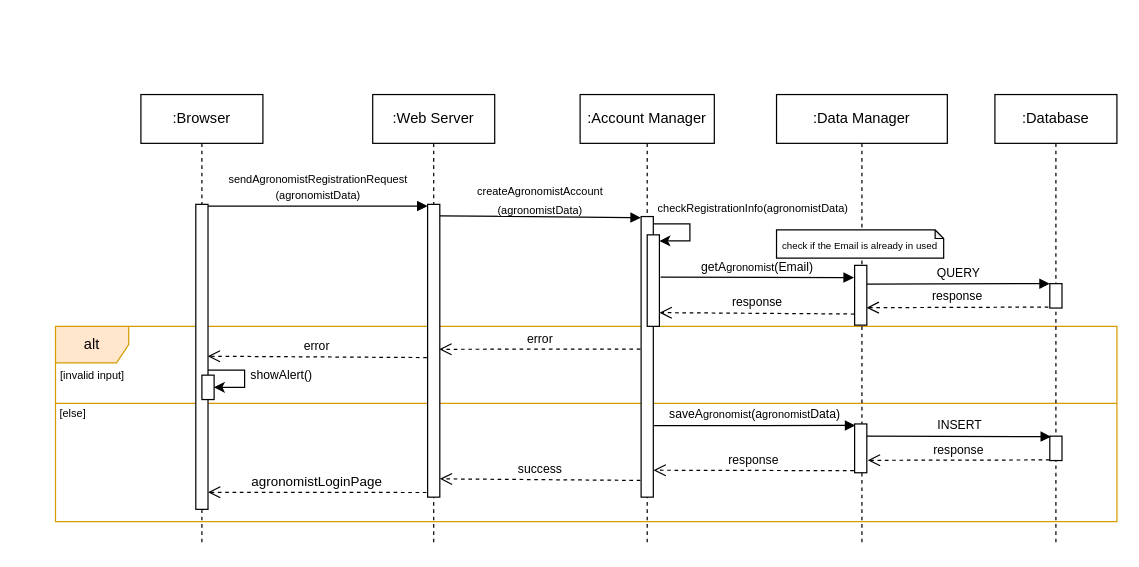
This is page "A-registration" (9 of 18) of DD/UML/Runtime.drawio from ictar/DREAM-SE2-Project-2022, a draw.io file, before an edit. Source tidied: cells renumbered, new cells numbered last; positions are measured from the earlier drawing's top-left corner, leaving out a move shared by most shapes. Both pictures are drawn from the tidied source at 122%, with x=0, y=0 at pixel (21, 94).
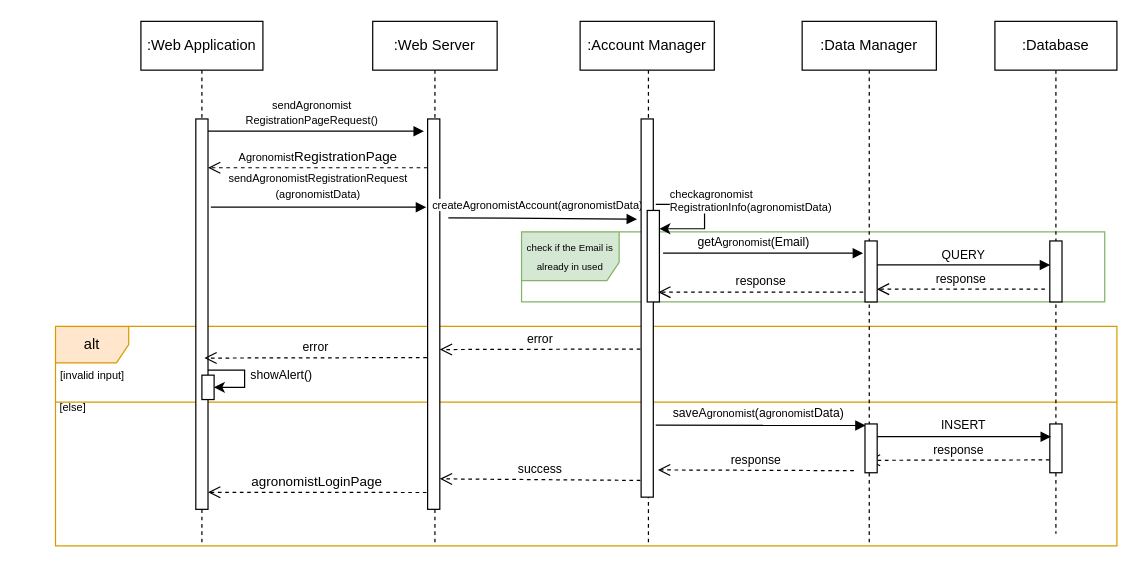
Above is the later version.

What changed in the source:
```diff
@@
+    <mxCell id="39" value="&lt;span style=&quot;font-size: 8px&quot;&gt;check if the Email is already in used&lt;/span&gt;" style="shape=umlFrame;whiteSpace=wrap;html=1;width=80;height=40;fillColor=#d5e8d4;strokeColor=#82b366;" parent="1" vertex="1">
+      <mxGeometry x="410" y="112.5" width="478" height="57.5" as="geometry" />
+    </mxCell>
     <mxCell id="2" value="alt" style="shape=umlFrame;whiteSpace=wrap;html=1;fillColor=#ffe6cc;strokeColor=#d79b00;" parent="1" vertex="1">
-      <mxGeometry x="28" y="190" width="870" height="160" as="geometry" />
+      <mxGeometry x="28" y="190" width="870" height="180" as="geometry" />
     </mxCell>
-    <mxCell id="3" style="endArrow=none;html=1;rounded=0;fontSize=9;exitX=0;exitY=0.345;exitDx=0;exitDy=0;exitPerimeter=0;entryX=1;entryY=0.345;entryDx=0;entryDy=0;entryPerimeter=0;fillColor=#ffe6cc;strokeColor=#d79b00;" parent="1" edge="1">
-      <mxGeometry relative="1" as="geometry">
-        <mxPoint x="28" y="253.2" as="sourcePoint" />
-        <mxPoint x="898" y="253.2" as="targetPoint" />
-      </mxGeometry>
-    </mxCell>
-    <mxCell id="4" value=":Browser" style="shape=umlLifeline;perimeter=lifelinePerimeter;whiteSpace=wrap;html=1;" parent="1" vertex="1">
-      <mxGeometry x="98" width="100" height="370" as="geometry" />
-    </mxCell>
+    <mxCell id="40" style="endArrow=none;html=1;rounded=0;fontSize=9;exitX=0;exitY=0.345;exitDx=0;exitDy=0;exitPerimeter=0;entryX=1;entryY=0.345;entryDx=0;entryDy=0;entryPerimeter=0;fillColor=#ffe6cc;strokeColor=#d79b00;" parent="1" edge="1" source="2" target="2">
+      <mxGeometry relative="1" as="geometry" />
+    </mxCell>
+    <mxCell id="41" value=":Web Application" style="shape=umlLifeline;perimeter=lifelinePerimeter;whiteSpace=wrap;html=1;" parent="1" vertex="1">
+      <mxGeometry x="98" y="-60" width="100" height="430" as="geometry" />
+    </mxCell>
     <mxCell id="5" value=":Web Server" style="shape=umlLifeline;perimeter=lifelinePerimeter;whiteSpace=wrap;html=1;" parent="1" vertex="1">
-      <mxGeometry x="288" width="100" height="370" as="geometry" />
+      <mxGeometry x="288" y="-60" width="102" height="430" as="geometry" />
     </mxCell>
-    <mxCell id="6" style="html=1;points=[];perimeter=orthogonalPerimeter;" parent="5" vertex="1">
-      <mxGeometry x="45" y="90" width="10" height="240" as="geometry" />
-    </mxCell>
+    <mxCell id="42" style="html=1;points=[];perimeter=orthogonalPerimeter;" parent="5" vertex="1">
+      <mxGeometry x="45" y="80" width="10" height="320" as="geometry" />
+    </mxCell>
+    <mxCell id="43" value="&lt;font style=&quot;font-size: 9px ; background-color: rgb(255 , 255 , 255)&quot;&gt;createAgronomistAccount(agronomist&lt;/font&gt;&lt;span lang=&quot;EN-US&quot; style=&quot;font-size: 9px ; background-color: rgb(255 , 255 , 255) ; line-height: 9.63px&quot;&gt;Data&lt;/span&gt;&lt;font style=&quot;font-size: 9px ; background-color: rgb(255 , 255 , 255)&quot;&gt;)&lt;/font&gt;" style="text;html=1;strokeColor=none;fillColor=none;align=center;verticalAlign=middle;whiteSpace=wrap;rounded=0;" parent="5" vertex="1">
+      <mxGeometry x="62" y="140" width="146.5" height="20" as="geometry" />
+    </mxCell>
-    <mxCell id="7" value="&lt;font style=&quot;font-size: 9px&quot;&gt;sendAgronomistRegistrationRequest&lt;br&gt;(agronomistData)&lt;/font&gt;" style="html=1;verticalAlign=bottom;endArrow=block;rounded=0;entryX=-0.005;entryY=0.006;entryDx=0;entryDy=0;entryPerimeter=0;" parent="1" edge="1" source="9" target="6">
-      <mxGeometry relative="1" as="geometry" />
+    <mxCell id="7" value="&lt;font style=&quot;font-size: 9px&quot;&gt;sendAgronomistRegistrationRequest&lt;br&gt;(agronomistData)&lt;/font&gt;" style="html=1;verticalAlign=bottom;endArrow=block;rounded=0;entryX=-0.113;entryY=0.226;entryDx=0;entryDy=0;entryPerimeter=0;exitX=1.233;exitY=0.226;exitDx=0;exitDy=0;exitPerimeter=0;" parent="1" edge="1" source="44" target="42">
+      <mxGeometry y="2" relative="1" as="geometry" />
     </mxCell>
@@
-    <mxCell id="9" style="html=1;points=[];perimeter=orthogonalPerimeter;" parent="1" vertex="1">
-      <mxGeometry x="143" y="90" width="10" height="250" as="geometry" />
-    </mxCell>
+    <mxCell id="44" style="html=1;points=[];perimeter=orthogonalPerimeter;" parent="1" vertex="1">
+      <mxGeometry x="143" y="20" width="10" height="320" as="geometry" />
+    </mxCell>
@@
-    <mxCell id="11" value=":Account Manager" style="shape=umlLifeline;perimeter=lifelinePerimeter;whiteSpace=wrap;html=1;" parent="1" vertex="1">
-      <mxGeometry x="458" width="110" height="370" as="geometry" />
-    </mxCell>
-    <mxCell id="12" style="html=1;points=[];perimeter=orthogonalPerimeter;" parent="11" vertex="1">
-      <mxGeometry x="50" y="100" width="10" height="230" as="geometry" />
-    </mxCell>
+    <mxCell id="45" style="shape=umlLifeline;perimeter=lifelinePerimeter;whiteSpace=wrap;html=1;size=0;" parent="1" vertex="1">
+      <mxGeometry x="458" y="-20" width="112" height="390" as="geometry" />
+    </mxCell>
+    <mxCell id="46" style="html=1;points=[];perimeter=orthogonalPerimeter;" parent="45" vertex="1">
+      <mxGeometry x="50" y="40" width="10" height="310" as="geometry" />
+    </mxCell>
-    <mxCell id="13" style="html=1;points=[];perimeter=orthogonalPerimeter;" parent="11" vertex="1">
+    <mxCell id="13" style="html=1;points=[];perimeter=orthogonalPerimeter;" parent="45" vertex="1">
       <mxGeometry x="55" y="115" width="10" height="75" as="geometry" />
     </mxCell>
-    <mxCell id="14" style="endArrow=classic;html=1;rounded=0;fontSize=9;edgeStyle=orthogonalEdgeStyle;endFill=1;" parent="11" edge="1" source="12">
-      <mxGeometry relative="1" as="geometry">
-        <mxPoint x="65" y="120" as="targetPoint" />
-        <Array as="points">
-          <mxPoint x="90" y="106" />
-          <mxPoint x="90" y="120" />
-          <mxPoint x="65" y="120" />
-        </Array>
-      </mxGeometry>
-    </mxCell>
+    <mxCell id="47" style="endArrow=classic;html=1;rounded=0;fontSize=9;edgeStyle=orthogonalEdgeStyle;endFill=1;" parent="45" edge="1">
+      <mxGeometry relative="1" as="geometry">
+        <mxPoint x="62" y="110" as="sourcePoint" />
+        <mxPoint x="65" y="130" as="targetPoint" />
+        <Array as="points">
+          <mxPoint x="102" y="110" />
+          <mxPoint x="102" y="130" />
+          <mxPoint x="65" y="130" />
+        </Array>
+      </mxGeometry>
+    </mxCell>
     <mxCell id="15" value=":Data Manager" style="shape=umlLifeline;perimeter=lifelinePerimeter;whiteSpace=wrap;html=1;" parent="1" vertex="1">
-      <mxGeometry x="619" width="140" height="370" as="geometry" />
+      <mxGeometry x="640" y="-60" width="110" height="430" as="geometry" />
     </mxCell>
     <mxCell id="16" value=":Database" style="shape=umlLifeline;perimeter=lifelinePerimeter;whiteSpace=wrap;html=1;" parent="1" vertex="1">
-      <mxGeometry x="798" width="100" height="370" as="geometry" />
+      <mxGeometry x="798" y="-60" width="100" height="420" as="geometry" />
     </mxCell>
-    <mxCell id="17" style="html=1;perimeter=orthogonalPerimeter;" parent="16" vertex="1">
-      <mxGeometry x="45" y="155" width="10" height="20" as="geometry" />
-    </mxCell>
-    <mxCell id="18" style="html=1;perimeter=orthogonalPerimeter;" parent="16" vertex="1">
-      <mxGeometry x="45" y="280" width="10" height="20" as="geometry" />
-    </mxCell>
-    <mxCell id="19" value="&lt;font size=&quot;1&quot;&gt;QUERY&lt;/font&gt;" style="html=1;verticalAlign=bottom;endArrow=block;rounded=0;entryX=-0.107;entryY=0.51;entryDx=0;entryDy=0;entryPerimeter=0;exitX=0.903;exitY=0.393;exitDx=0;exitDy=0;exitPerimeter=0;" parent="16" edge="1">
-      <mxGeometry relative="1" as="geometry">
-        <mxPoint x="-106" y="155.3" as="sourcePoint" />
-        <mxPoint x="45" y="155" as="targetPoint" />
-      </mxGeometry>
-    </mxCell>
-    <mxCell id="20" style="html=1;verticalAlign=bottom;endArrow=block;rounded=0;entryX=-0.021;entryY=0.004;entryDx=0;entryDy=0;entryPerimeter=0;exitX=0.997;exitY=0.039;exitDx=0;exitDy=0;exitPerimeter=0;" parent="1" edge="1" source="6" target="12">
-      <mxGeometry x="-0.21" y="10" relative="1" as="geometry" />
-    </mxCell>
-    <mxCell id="21" value="&lt;span style=&quot;color: rgb(0 , 0 , 0) ; font-family: &amp;#34;helvetica&amp;#34; ; font-style: normal ; font-weight: 400 ; letter-spacing: normal ; text-align: center ; text-indent: 0px ; text-transform: none ; word-spacing: 0px ; background-color: rgb(255 , 255 , 255) ; display: inline ; float: none&quot;&gt;&lt;font style=&quot;font-size: 9px&quot;&gt;checkRegistrationInfo(&lt;span style=&quot;font-family: &amp;#34;helvetica&amp;#34;&quot;&gt;agronomist&lt;/span&gt;Data)&lt;/font&gt;&lt;/span&gt;" style="text;whiteSpace=wrap;html=1;fontSize=9;" parent="1" vertex="1">
-      <mxGeometry x="520" y="82" width="168" height="20" as="geometry" />
-    </mxCell>
-    <mxCell id="22" value="&lt;font style=&quot;font-size: 10px&quot;&gt;response&lt;/font&gt;" style="html=1;verticalAlign=bottom;endArrow=open;dashed=1;endSize=8;rounded=0;entryX=0.98;entryY=0.789;entryDx=0;entryDy=0;entryPerimeter=0;exitX=-0.021;exitY=1.06;exitDx=0;exitDy=0;exitPerimeter=0;" parent="1" edge="1">
-      <mxGeometry relative="1" as="geometry">
-        <mxPoint x="841.8" y="174.2" as="sourcePoint" />
-        <mxPoint x="692.8" y="174.7" as="targetPoint" />
-      </mxGeometry>
-    </mxCell>
-    <mxCell id="23" value="&lt;font style=&quot;font-size: 10px&quot;&gt;response&lt;/font&gt;" style="html=1;verticalAlign=bottom;endArrow=open;dashed=1;endSize=8;rounded=0;entryX=1.005;entryY=0.85;entryDx=0;entryDy=0;entryPerimeter=0;exitX=-0.018;exitY=0.814;exitDx=0;exitDy=0;exitPerimeter=0;" parent="1" edge="1" source="36" target="13">
-      <mxGeometry relative="1" as="geometry" />
-    </mxCell>
-    <mxCell id="24" value="&lt;font style=&quot;font-size: 10px&quot;&gt;error&lt;/font&gt;" style="html=1;verticalAlign=bottom;endArrow=open;dashed=1;endSize=8;rounded=0;exitX=-0.067;exitY=0.831;exitDx=0;exitDy=0;exitPerimeter=0;entryX=0.953;entryY=0.495;entryDx=0;entryDy=0;entryPerimeter=0;" parent="1" edge="1" target="6">
-      <mxGeometry relative="1" as="geometry">
-        <mxPoint x="507.4" y="208.6" as="sourcePoint" />
-      </mxGeometry>
-    </mxCell>
-    <mxCell id="25" value="&lt;font style=&quot;font-size: 10px&quot;&gt;error&lt;/font&gt;" style="html=1;verticalAlign=bottom;endArrow=open;dashed=1;endSize=8;rounded=0;exitX=-0.067;exitY=0.831;exitDx=0;exitDy=0;exitPerimeter=0;entryX=0.976;entryY=0.498;entryDx=0;entryDy=0;entryPerimeter=0;" parent="1" edge="1" target="9">
-      <mxGeometry relative="1" as="geometry">
-        <mxPoint x="332.4" y="215.6" as="sourcePoint" />
-      </mxGeometry>
-    </mxCell>
+    <mxCell id="48" style="html=1;points=[];perimeter=orthogonalPerimeter;" parent="16" vertex="1">
+      <mxGeometry x="45" y="180" width="10" height="50" as="geometry" />
+    </mxCell>
+    <mxCell id="49" style="html=1;perimeter=orthogonalPerimeter;" parent="16" vertex="1">
+      <mxGeometry x="45" y="330" width="10" height="40" as="geometry" />
+    </mxCell>
+    <mxCell id="50" style="html=1;verticalAlign=bottom;endArrow=block;rounded=0;entryX=-0.333;entryY=0.265;entryDx=0;entryDy=0;entryPerimeter=0;" parent="1" edge="1" target="46">
+      <mxGeometry x="-0.21" y="10" relative="1" as="geometry">
+        <mxPoint x="350" y="101" as="sourcePoint" />
+      </mxGeometry>
+    </mxCell>
+    <mxCell id="51" value="&lt;span style=&quot;color: rgb(0 , 0 , 0) ; font-family: &amp;#34;helvetica&amp;#34; ; font-style: normal ; font-weight: 400 ; letter-spacing: normal ; text-align: center ; text-indent: 0px ; text-transform: none ; word-spacing: 0px ; background-color: rgb(255 , 255 , 255) ; display: inline ; float: none&quot;&gt;&lt;font style=&quot;font-size: 9px&quot;&gt;checkagronomist&lt;br&gt;RegistrationInfo(&lt;span style=&quot;font-family: &amp;#34;helvetica&amp;#34;&quot;&gt;agronomist&lt;/span&gt;Data)&lt;/font&gt;&lt;/span&gt;" style="text;whiteSpace=wrap;html=1;fontSize=9;" parent="1" vertex="1">
+      <mxGeometry x="530" y="70" width="168" height="20" as="geometry" />
+    </mxCell>
+    <mxCell id="52" value="&lt;font style=&quot;font-size: 10px&quot;&gt;response&lt;/font&gt;" style="html=1;verticalAlign=bottom;endArrow=open;dashed=1;endSize=8;rounded=0;exitX=-0.4;exitY=0.79;exitDx=0;exitDy=0;exitPerimeter=0;entryX=0.972;entryY=0.79;entryDx=0;entryDy=0;entryPerimeter=0;" parent="1" edge="1" source="48" target="61">
+      <mxGeometry relative="1" as="geometry" />
+    </mxCell>
+    <mxCell id="53" value="&lt;font style=&quot;font-size: 10px&quot;&gt;response&lt;/font&gt;" style="html=1;verticalAlign=bottom;endArrow=open;dashed=1;endSize=8;rounded=0;entryX=0.9;entryY=0.893;entryDx=0;entryDy=0;entryPerimeter=0;" parent="1" edge="1" target="13">
+      <mxGeometry relative="1" as="geometry">
+        <mxPoint x="690" y="162" as="sourcePoint" />
+      </mxGeometry>
+    </mxCell>
+    <mxCell id="54" value="&lt;font style=&quot;font-size: 10px&quot;&gt;error&lt;/font&gt;" style="html=1;verticalAlign=bottom;endArrow=open;dashed=1;endSize=8;rounded=0;exitX=-0.067;exitY=0.831;exitDx=0;exitDy=0;exitPerimeter=0;" parent="1" edge="1" target="42">
+      <mxGeometry relative="1" as="geometry">
+        <mxPoint x="507.4" y="208.6" as="sourcePoint" />
+        <Array as="points">
+          <mxPoint x="350" y="209" />
+        </Array>
+      </mxGeometry>
+    </mxCell>
+    <mxCell id="55" value="&lt;font style=&quot;font-size: 10px&quot;&gt;error&lt;/font&gt;" style="html=1;verticalAlign=bottom;endArrow=open;dashed=1;endSize=8;rounded=0;exitX=-0.067;exitY=0.831;exitDx=0;exitDy=0;exitPerimeter=0;" parent="1" edge="1">
+      <mxGeometry relative="1" as="geometry">
+        <mxPoint x="332.4" y="215.6" as="sourcePoint" />
+        <mxPoint x="150" y="216" as="targetPoint" />
+      </mxGeometry>
+    </mxCell>
@@
-    <mxCell id="27" style="endArrow=classic;html=1;rounded=0;fontSize=9;entryX=0.978;entryY=0.131;entryDx=0;entryDy=0;entryPerimeter=0;edgeStyle=orthogonalEdgeStyle;endFill=1;" parent="1" edge="1">
-      <mxGeometry relative="1" as="geometry">
-        <mxPoint x="153" y="225.8" as="sourcePoint" />
-        <mxPoint x="157.8" y="240" as="targetPoint" />
-        <Array as="points">
-          <mxPoint x="183" y="225.8" />
-          <mxPoint x="183" y="239.8" />
-          <mxPoint x="158" y="239.8" />
-        </Array>
-      </mxGeometry>
-    </mxCell>
+    <mxCell id="56" style="endArrow=classic;html=1;rounded=0;fontSize=9;entryX=0.978;entryY=0.131;entryDx=0;entryDy=0;entryPerimeter=0;edgeStyle=orthogonalEdgeStyle;endFill=1;" parent="1" edge="1">
+      <mxGeometry relative="1" as="geometry">
+        <mxPoint x="153" y="225.8" as="sourcePoint" />
+        <mxPoint x="157.8" y="240" as="targetPoint" />
+        <Array as="points">
+          <mxPoint x="183" y="225.8" />
+          <mxPoint x="183" y="239.8" />
+          <mxPoint x="158" y="239.8" />
+        </Array>
+      </mxGeometry>
+    </mxCell>
@@
-    <mxCell id="29" value="&lt;font size=&quot;1&quot;&gt;save&lt;/font&gt;&lt;font size=&quot;1&quot;&gt;A&lt;/font&gt;&lt;span style=&quot;font-size: 9px&quot;&gt;gronomist&lt;/span&gt;&lt;font size=&quot;1&quot;&gt;(a&lt;/font&gt;&lt;span style=&quot;font-size: 9px&quot;&gt;gronomist&lt;/span&gt;&lt;font size=&quot;1&quot;&gt;Data)&lt;/font&gt;" style="html=1;verticalAlign=bottom;endArrow=block;rounded=0;entryX=0.061;entryY=0.031;entryDx=0;entryDy=0;entryPerimeter=0;exitX=1.064;exitY=0.745;exitDx=0;exitDy=0;exitPerimeter=0;" parent="1" edge="1" source="12" target="37">
-      <mxGeometry relative="1" as="geometry" />
+    <mxCell id="29" value="&lt;font size=&quot;1&quot;&gt;save&lt;/font&gt;&lt;font size=&quot;1&quot;&gt;A&lt;/font&gt;&lt;span style=&quot;font-size: 9px&quot;&gt;gronomist&lt;/span&gt;&lt;font size=&quot;1&quot;&gt;(a&lt;/font&gt;&lt;span style=&quot;font-size: 9px&quot;&gt;gronomist&lt;/span&gt;&lt;font size=&quot;1&quot;&gt;Data)&lt;/font&gt;" style="html=1;verticalAlign=bottom;endArrow=block;rounded=0;entryX=0.061;entryY=0.031;entryDx=0;entryDy=0;entryPerimeter=0;" parent="1" edge="1" target="62">
+      <mxGeometry x="-0.02" y="1" relative="1" as="geometry">
+        <mxPoint x="520" y="271" as="sourcePoint" />
+      </mxGeometry>
     </mxCell>
-    <mxCell id="30" value="&lt;font size=&quot;1&quot;&gt;INSERT&lt;/font&gt;" style="html=1;verticalAlign=bottom;endArrow=block;rounded=0;entryX=-0.107;entryY=0.51;entryDx=0;entryDy=0;entryPerimeter=0;exitX=0.903;exitY=0.393;exitDx=0;exitDy=0;exitPerimeter=0;" parent="1" edge="1">
+    <mxCell id="30" value="&lt;font size=&quot;1&quot;&gt;INSERT&lt;/font&gt;" style="html=1;verticalAlign=bottom;endArrow=block;rounded=0;entryX=-0.107;entryY=0.51;entryDx=0;entryDy=0;entryPerimeter=0;exitX=0.85;exitY=0.259;exitDx=0;exitDy=0;exitPerimeter=0;" parent="1" edge="1" source="62">
       <mxGeometry relative="1" as="geometry">
-        <mxPoint x="693" y="280" as="sourcePoint" />
         <mxPoint x="844" y="280.4" as="targetPoint" />
       </mxGeometry>
     </mxCell>
-    <mxCell id="31" value="&lt;font style=&quot;font-size: 10px&quot;&gt;response&lt;/font&gt;" style="html=1;verticalAlign=bottom;endArrow=open;dashed=1;endSize=8;rounded=0;entryX=0.98;entryY=0.789;entryDx=0;entryDy=0;entryPerimeter=0;exitX=-0.021;exitY=1.06;exitDx=0;exitDy=0;exitPerimeter=0;" parent="1" edge="1">
-      <mxGeometry relative="1" as="geometry">
-        <mxPoint x="842.8" y="299.5" as="sourcePoint" />
-        <mxPoint x="693.8" y="299.8" as="targetPoint" />
-      </mxGeometry>
-    </mxCell>
-    <mxCell id="32" value="&lt;font style=&quot;font-size: 10px&quot;&gt;response&lt;/font&gt;" style="html=1;verticalAlign=bottom;endArrow=open;dashed=1;endSize=8;rounded=0;exitX=-0.067;exitY=0.831;exitDx=0;exitDy=0;exitPerimeter=0;entryX=1.014;entryY=0.904;entryDx=0;entryDy=0;entryPerimeter=0;" parent="1" edge="1" target="12">
-      <mxGeometry relative="1" as="geometry">
-        <mxPoint x="682.4" y="308.3" as="sourcePoint" />
-      </mxGeometry>
-    </mxCell>
+    <mxCell id="57" value="&lt;font style=&quot;font-size: 10px&quot;&gt;response&lt;/font&gt;" style="html=1;verticalAlign=bottom;endArrow=open;dashed=1;endSize=8;rounded=0;entryX=0.98;entryY=0.789;entryDx=0;entryDy=0;entryPerimeter=0;exitX=-0.021;exitY=1.06;exitDx=0;exitDy=0;exitPerimeter=0;" parent="1" edge="1">
+      <mxGeometry relative="1" as="geometry">
+        <mxPoint x="842.8" y="299.5" as="sourcePoint" />
+        <mxPoint x="693.8" y="299.8" as="targetPoint" />
+      </mxGeometry>
+    </mxCell>
+    <mxCell id="58" value="&lt;font style=&quot;font-size: 10px&quot;&gt;response&lt;/font&gt;" style="html=1;verticalAlign=bottom;endArrow=open;dashed=1;endSize=8;rounded=0;exitX=-0.067;exitY=0.831;exitDx=0;exitDy=0;exitPerimeter=0;entryX=1.378;entryY=0.928;entryDx=0;entryDy=0;entryPerimeter=0;" parent="1" edge="1" target="46">
+      <mxGeometry relative="1" as="geometry">
+        <mxPoint x="682.4" y="308.3" as="sourcePoint" />
+      </mxGeometry>
+    </mxCell>
@@
     <mxCell id="34" value="&lt;font style=&quot;font-size: 9px&quot;&gt;[else]&lt;/font&gt;" style="text;html=1;strokeColor=none;fillColor=none;align=center;verticalAlign=middle;whiteSpace=wrap;rounded=0;" parent="1" vertex="1">
-      <mxGeometry y="246" width="85" height="30" as="geometry" />
+      <mxGeometry y="241" width="85" height="30" as="geometry" />
     </mxCell>
-    <mxCell id="35" value="&lt;font style=&quot;font-size: 9px ; background-color: rgb(255 , 255 , 255)&quot;&gt;createAgronomistAccount&lt;br&gt;(agronomist&lt;/font&gt;&lt;span lang=&quot;EN-US&quot; style=&quot;font-size: 9px ; background-color: rgb(255 , 255 , 255) ; line-height: 9.63px&quot;&gt;Data&lt;/span&gt;&lt;font style=&quot;font-size: 9px ; background-color: rgb(255 , 255 , 255)&quot;&gt;)&lt;/font&gt;" style="text;html=1;strokeColor=none;fillColor=none;align=center;verticalAlign=middle;whiteSpace=wrap;rounded=0;" parent="1" vertex="1">
-      <mxGeometry x="351.5" y="76" width="146.5" height="20" as="geometry" />
-    </mxCell>
-    <mxCell id="36" style="html=1;points=[];perimeter=orthogonalPerimeter;" parent="1" vertex="1">
-      <mxGeometry x="683" y="140" width="10" height="49" as="geometry" />
-    </mxCell>
-    <mxCell id="37" style="html=1;points=[];perimeter=orthogonalPerimeter;" parent="1" vertex="1">
-      <mxGeometry x="683" y="270" width="10" height="40" as="geometry" />
-    </mxCell>
+    <mxCell id="19" value="&lt;font size=&quot;1&quot;&gt;QUERY&lt;/font&gt;" style="html=1;verticalAlign=bottom;endArrow=block;rounded=0;exitX=0.903;exitY=0.393;exitDx=0;exitDy=0;exitPerimeter=0;entryX=0.033;entryY=0.393;entryDx=0;entryDy=0;entryPerimeter=0;" parent="1" edge="1" source="61" target="48">
+      <mxGeometry relative="1" as="geometry" />
+    </mxCell>
+    <mxCell id="59" value="&lt;span style=&quot;font-size: 9px&quot;&gt;Agronomist&lt;/span&gt;RegistrationPage" style="html=1;verticalAlign=bottom;endArrow=open;dashed=1;endSize=8;rounded=0;" parent="1" edge="1">
+      <mxGeometry relative="1" as="geometry">
+        <mxPoint x="333" y="60" as="sourcePoint" />
+        <mxPoint x="153" y="60" as="targetPoint" />
+      </mxGeometry>
+    </mxCell>
+    <mxCell id="60" value="&lt;font style=&quot;font-size: 9px&quot;&gt;sendAgronomist&lt;br&gt;RegistrationPageRequest&lt;/font&gt;&lt;font style=&quot;font-size: 9px&quot;&gt;(&lt;/font&gt;&lt;font style=&quot;font-size: 9px&quot;&gt;)&lt;/font&gt;" style="html=1;verticalAlign=bottom;endArrow=block;rounded=0;" parent="1" edge="1">
+      <mxGeometry x="-0.04" relative="1" as="geometry">
+        <mxPoint x="153" y="30" as="sourcePoint" />
+        <mxPoint x="330" y="30" as="targetPoint" />
+      </mxGeometry>
+    </mxCell>
-    <mxCell id="38" value="&lt;font size=&quot;1&quot;&gt;getA&lt;/font&gt;&lt;span style=&quot;font-size: 9px&quot;&gt;gronomist&lt;/span&gt;&lt;font size=&quot;1&quot;&gt;(Email)&lt;/font&gt;" style="html=1;verticalAlign=bottom;endArrow=block;rounded=0;exitX=1.095;exitY=0.462;exitDx=0;exitDy=0;exitPerimeter=0;entryX=-0.059;entryY=0.205;entryDx=0;entryDy=0;entryPerimeter=0;" parent="1" edge="1" source="13" target="36">
-      <mxGeometry relative="1" as="geometry" />
+    <mxCell id="38" value="&lt;font size=&quot;1&quot;&gt;getA&lt;/font&gt;&lt;span style=&quot;font-size: 9px&quot;&gt;gronomist&lt;/span&gt;&lt;font size=&quot;1&quot;&gt;(Email)&lt;/font&gt;" style="html=1;verticalAlign=bottom;endArrow=block;rounded=0;" parent="1" edge="1">
+      <mxGeometry x="-0.1" relative="1" as="geometry">
+        <mxPoint x="526" y="130" as="sourcePoint" />
+        <mxPoint x="690" y="130" as="targetPoint" />
+      </mxGeometry>
     </mxCell>
-    <mxCell id="39" value="&lt;font style=&quot;font-size: 8px&quot;&gt;check if the Email is already in used&lt;/font&gt;" style="shape=note;whiteSpace=wrap;html=1;backgroundOutline=1;darkOpacity=0.05;size=7;" parent="1" vertex="1">
-      <mxGeometry x="619" y="111" width="137" height="23" as="geometry" />
-    </mxCell>
+    <mxCell id="11" value="&lt;span style=&quot;font-size: 12px&quot;&gt;:Account Manager&lt;/span&gt;" style="rounded=0;whiteSpace=wrap;html=1;labelBackgroundColor=none;fontSize=11;strokeColor=#000000;fillColor=none;" parent="1" vertex="1">
+      <mxGeometry x="458" y="-60" width="110" height="40" as="geometry" />
+    </mxCell>
+    <mxCell id="61" style="html=1;points=[];perimeter=orthogonalPerimeter;" parent="1" vertex="1">
+      <mxGeometry x="691.5" y="120" width="10" height="50" as="geometry" />
+    </mxCell>
+    <mxCell id="62" style="html=1;points=[];perimeter=orthogonalPerimeter;" parent="1" vertex="1">
+      <mxGeometry x="691.5" y="270" width="10" height="40" as="geometry" />
+    </mxCell>
```
